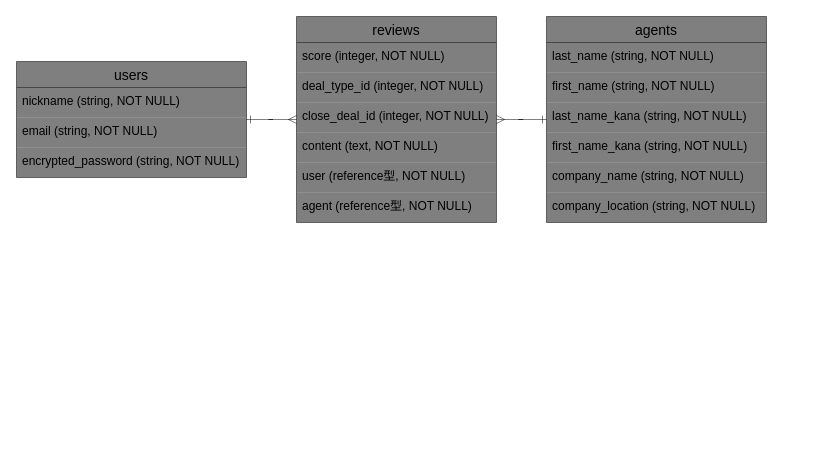
Earlier version of the draw.io diagram agent-review.dio (yesiamhayato/agent-review). Source tidied: cells renumbered, new cells numbered last; positions are measured from the earlier drawing's top-left corner, leaving out a move shared by most shapes. Both pictures are drawn from the tidied source at 100%, with x=0, y=0 at pixel (16, 16).
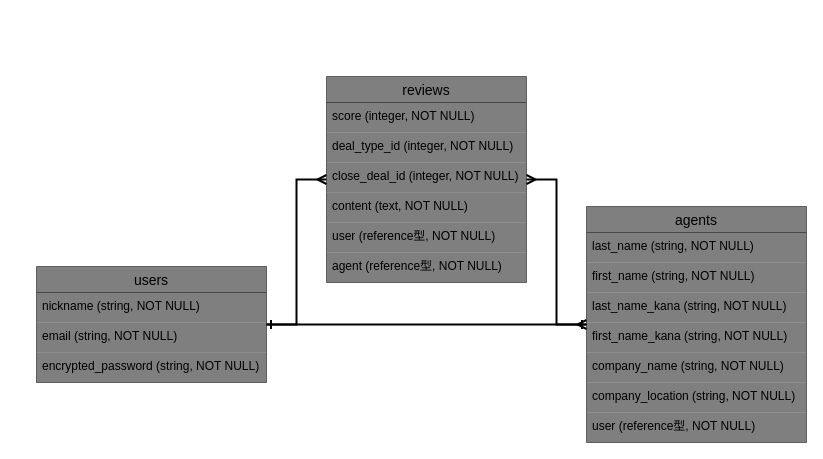
The same page after the edit.

Change to the diagram source:
```diff
@@
     <mxCell id="2" value="users" style="swimlane;fontStyle=0;horizontal=1;startSize=26;align=center;fontSize=14;fillColor=#000000;opacity=50;" parent="1" vertex="1">
-      <mxGeometry y="45" width="230" height="116" as="geometry" />
+      <mxGeometry x="20" y="250" width="230" height="116" as="geometry" />
     </mxCell>
@@
     <mxCell id="6" value="reviews" style="swimlane;fontStyle=0;horizontal=1;startSize=26;align=center;fontSize=14;fillColor=#000000;opacity=50;" parent="1" vertex="1">
-      <mxGeometry x="280" width="200" height="206" as="geometry" />
+      <mxGeometry x="310" y="60" width="200" height="206" as="geometry" />
     </mxCell>
@@
     <mxCell id="13" value="agents" style="swimlane;fontStyle=0;horizontal=1;startSize=26;align=center;fontSize=14;fillColor=#000000;opacity=50;" parent="1" vertex="1">
-      <mxGeometry x="530" width="220" height="206" as="geometry" />
+      <mxGeometry x="570" y="190" width="220" height="236" as="geometry" />
     </mxCell>
@@
+    <mxCell id="22" value="user (reference型, NOT NULL)" style="text;spacingLeft=4;spacingRight=4;overflow=hidden;fontSize=12;fillColor=#000000;opacity=50;" parent="13" vertex="1">
+      <mxGeometry y="206" width="220" height="30" as="geometry" />
+    </mxCell>
-    <mxCell id="20" style="edgeStyle=entityRelationEdgeStyle;fontSize=12;html=1;endArrow=ERmany;startArrow=ERone;startFill=0;fillColor=#000000;opacity=50;" parent="1" edge="1" source="2" target="6">
+    <mxCell id="20" style="edgeStyle=entityRelationEdgeStyle;fontSize=12;html=1;endArrow=ERmany;startArrow=ERone;startFill=0;fillColor=#000000;strokeWidth=2;rounded=0;" parent="1" edge="1" source="2" target="6">
       <mxGeometry relative="1" as="geometry" />
     </mxCell>
-    <mxCell id="21" style="edgeStyle=entityRelationEdgeStyle;fontSize=12;html=1;endArrow=ERone;startArrow=ERmany;startFill=0;endFill=0;fillColor=#000000;opacity=50;" parent="1" edge="1" source="6" target="13">
+    <mxCell id="21" style="edgeStyle=entityRelationEdgeStyle;fontSize=12;html=1;endArrow=ERone;startArrow=ERmany;startFill=0;endFill=0;fillColor=#000000;strokeWidth=2;rounded=0;" parent="1" edge="1" source="6" target="13">
       <mxGeometry relative="1" as="geometry" />
     </mxCell>
+    <mxCell id="23" style="edgeStyle=entityRelationEdgeStyle;fontSize=12;html=1;endArrow=ERmany;startArrow=ERone;startFill=0;fillColor=#000000;strokeWidth=2;rounded=0;" parent="1" edge="1" source="2" target="13">
+      <mxGeometry relative="1" as="geometry" />
+    </mxCell>
```
